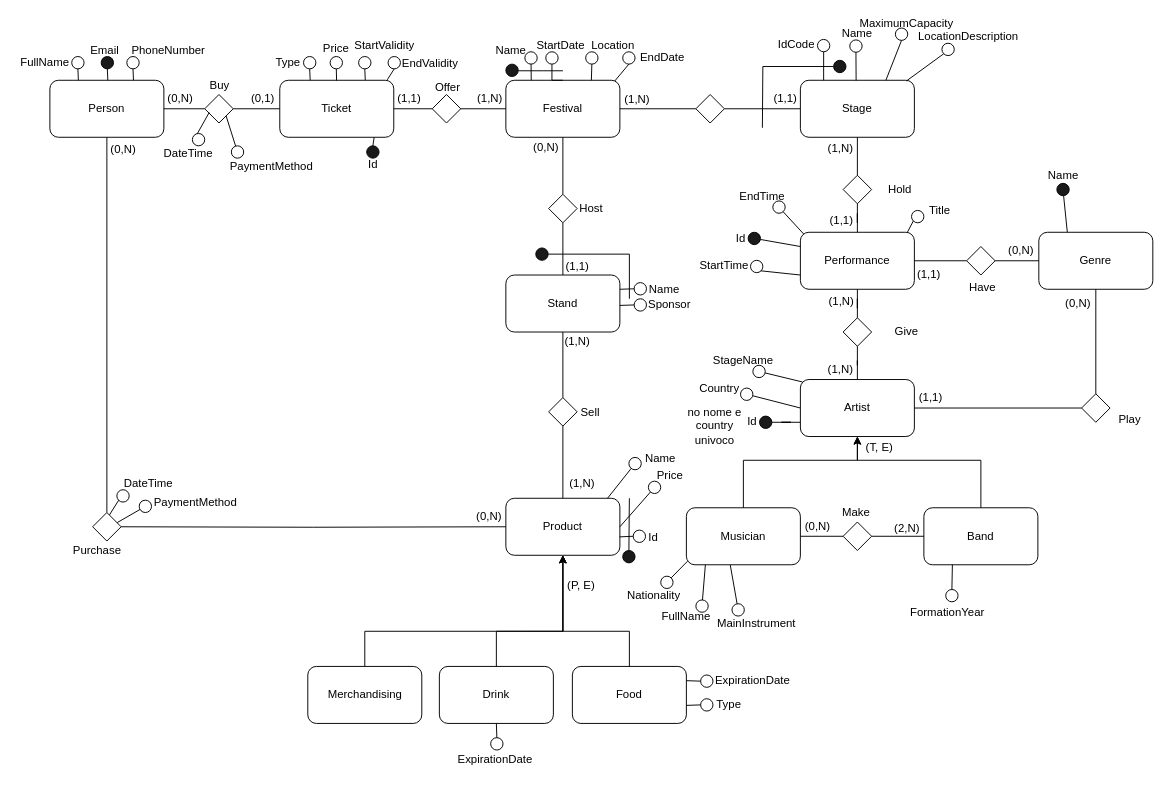
Above: progetto_EICTA.drawio in francescoaurora/EICTA (draw.io), before the change. Source tidied: cells renumbered, new cells numbered last; positions are measured from the earlier drawing's top-left corner, leaving out a move shared by most shapes. Both pictures are drawn from the tidied source at 95%, with x=0, y=0 at pixel (16, 18).
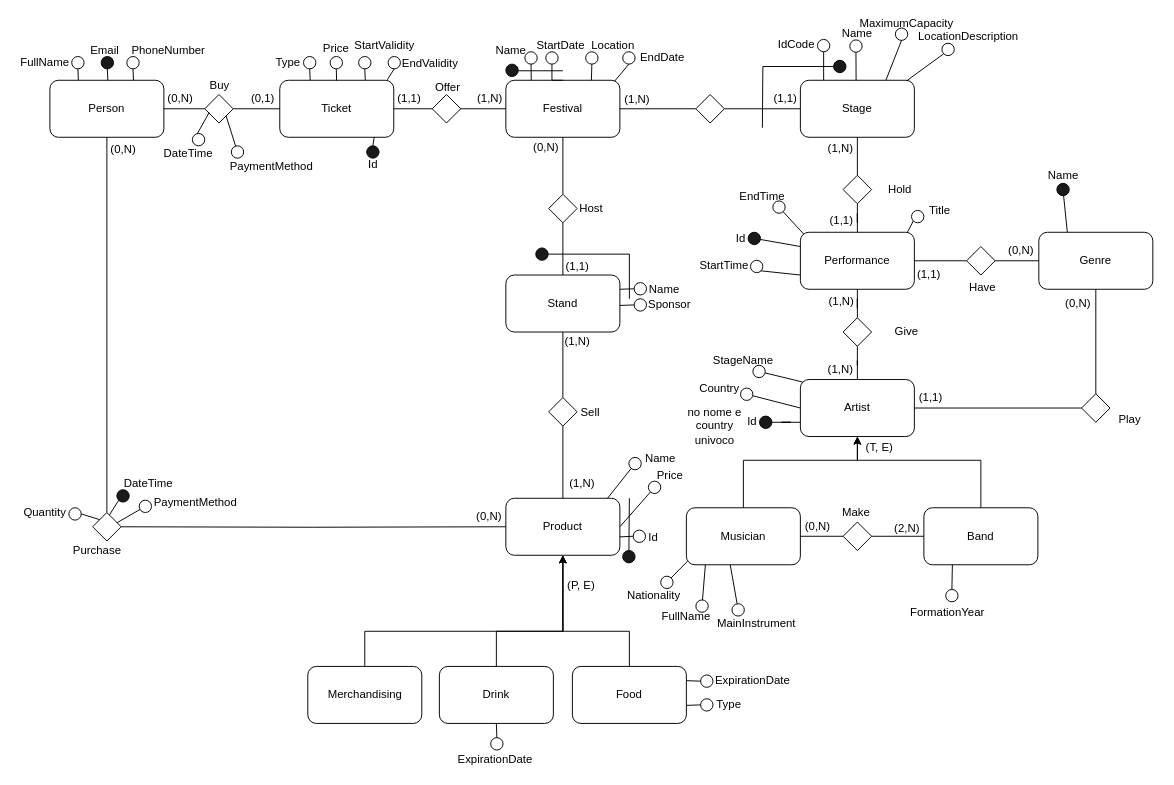
After the change.

Unchanged cells that the change refers to:
```xml
<mxCell id="71" style="rhombus;whiteSpace=wrap;html=1;" parent="1" vertex="1">
  <mxGeometry x="80" y="520" width="30" height="30" as="geometry" />
</mxCell>
```

The edit, as a diff of the source:
```diff
@@
-    <mxCell id="79" style="ellipse;whiteSpace=wrap;html=1;" parent="1" vertex="1">
+    <mxCell id="79" style="ellipse;whiteSpace=wrap;html=1;fillColor=#1A1A1A;" parent="1" vertex="1">
       <mxGeometry x="105.5" y="496" width="13" height="13" as="geometry" />
     </mxCell>
@@
+    <mxCell id="218" style="rounded=0;jettySize=auto;html=1;exitX=1;exitY=0.5;exitDx=0;exitDy=0;entryX=0;entryY=0;entryDx=0;entryDy=0;endArrow=none;endFill=0;" parent="1" edge="1" source="219" target="71">
+      <mxGeometry relative="1" as="geometry" />
+    </mxCell>
+    <mxCell id="219" style="ellipse;whiteSpace=wrap;html=1;" parent="1" vertex="1">
+      <mxGeometry x="55" y="515" width="13" height="13" as="geometry" />
+    </mxCell>
+    <mxCell id="220" value="Quantity" style="text;html=1;whiteSpace=wrap;strokeColor=none;fillColor=none;align=center;verticalAlign=middle;rounded=0;" parent="1" vertex="1">
+      <mxGeometry x="5" y="510" width="50" height="20" as="geometry" />
+    </mxCell>
```
